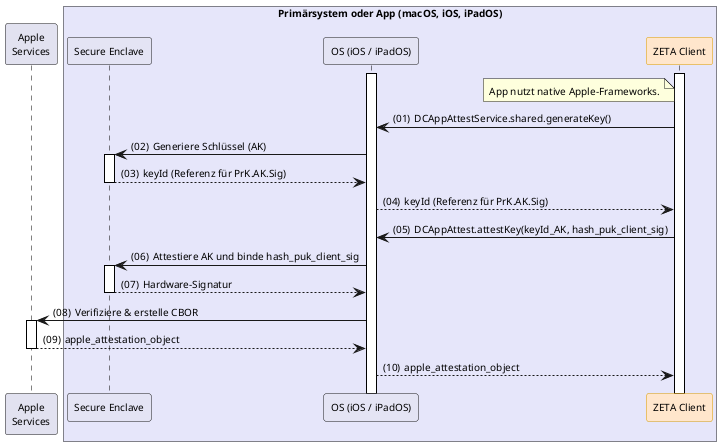
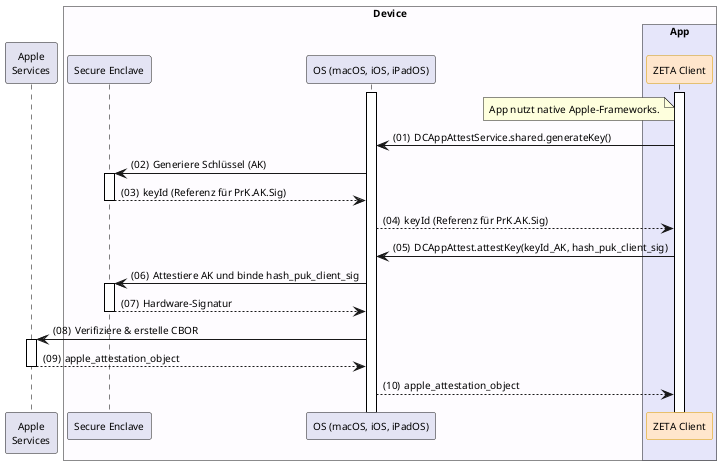
@startuml "key-preparation"
autonumber "(00)"
skinparam defaultFontSize 10
skinparam defaultFontName Helvetica
skinparam DefaultMonospacedFontName Courier
skinparam lengthAdjust none
skinparam sequenceReferenceBackgroundColor White
skinparam SequenceReferenceFontSize 12
skinparam sequenceMessageAlign left
hide stereotype

' Box colors
!define LEI_COLOR #GhostWhite
!define LEI_COMPONENT_COLOR #E4E4F4
!define PRIMAERSYSTEM_COLOR #Lavender
!define MOBILE_COLOR #fefcff

' Participant colors
<style>
sequenceDiagram {
  participant {
    .zeta {
      BackgroundColor #FFE6CC
      LineColor #D79B00
    }
  }
  lifeline {
    BackgroundColor White
    LineColor Black
  }
}
</style>

!pragma teoz true

participant "Apple\nServices" as Apple
- box "Primärsystem oder App (macOS, iOS, iPadOS)" PRIMAERSYSTEM_COLOR
+ box "Device" MOBILE_COLOR
  participant "Secure Enclave" as SE LEI_COMPONENT_COLOR
-   participant "OS (iOS / iPadOS)" as AppleOS LEI_COMPONENT_COLOR
-   participant "ZETA Client" as Client <<zeta>>
+   participant "OS (macOS, iOS, iPadOS)" as AppleOS LEI_COMPONENT_COLOR
+   box "App" PRIMAERSYSTEM_COLOR
+     participant "ZETA Client" as Client <<zeta>>
+   end box
end box

Client++
AppleOS++
note left of Client: App nutzt native Apple-Frameworks.

Client -> AppleOS: DCAppAttestService.shared.generateKey()
AppleOS -> SE++: Generiere Schlüssel (AK)
SE --> AppleOS--: keyId (Referenz für PrK.AK.Sig)
AppleOS --> Client: keyId (Referenz für PrK.AK.Sig)

Client -> AppleOS: DCAppAttest.attestKey(keyId_AK, hash_puk_client_sig)
AppleOS -> SE++: Attestiere AK und binde hash_puk_client_sig
SE --> AppleOS--: Hardware-Signatur
AppleOS -> Apple++: Verifiziere & erstelle CBOR
Apple --> AppleOS--: apple_attestation_object
AppleOS --> Client: apple_attestation_object

@enduml